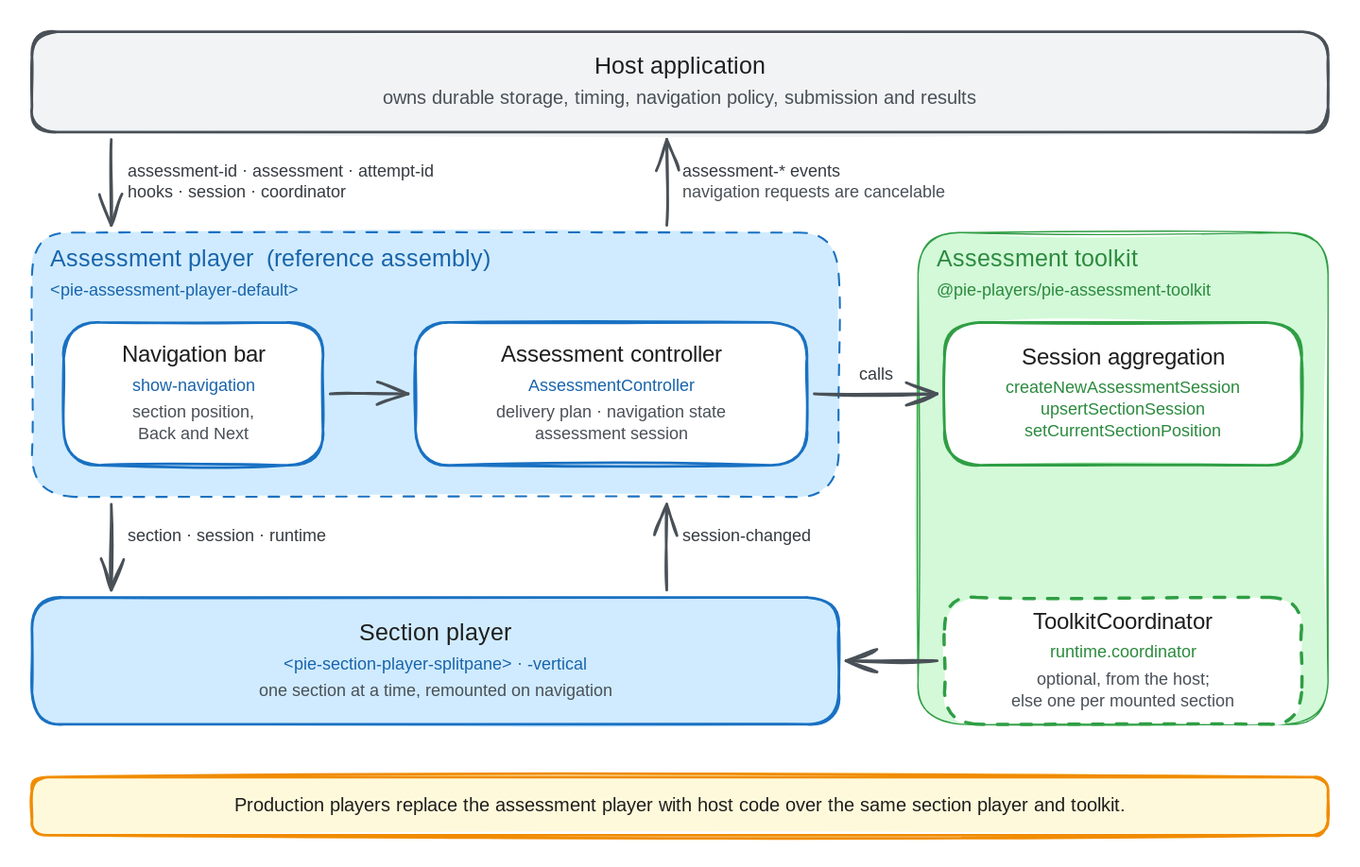
Above: packages/pie-website-app/static/images/diagrams/assessment-layers.excalidraw.svg in pie-framework/pie-website-ng (Excalidraw), before the change. Source tidied: one line per element, renumbered; positions are measured from the earlier drawing's top-left corner, leaving out a move shared by most shapes.
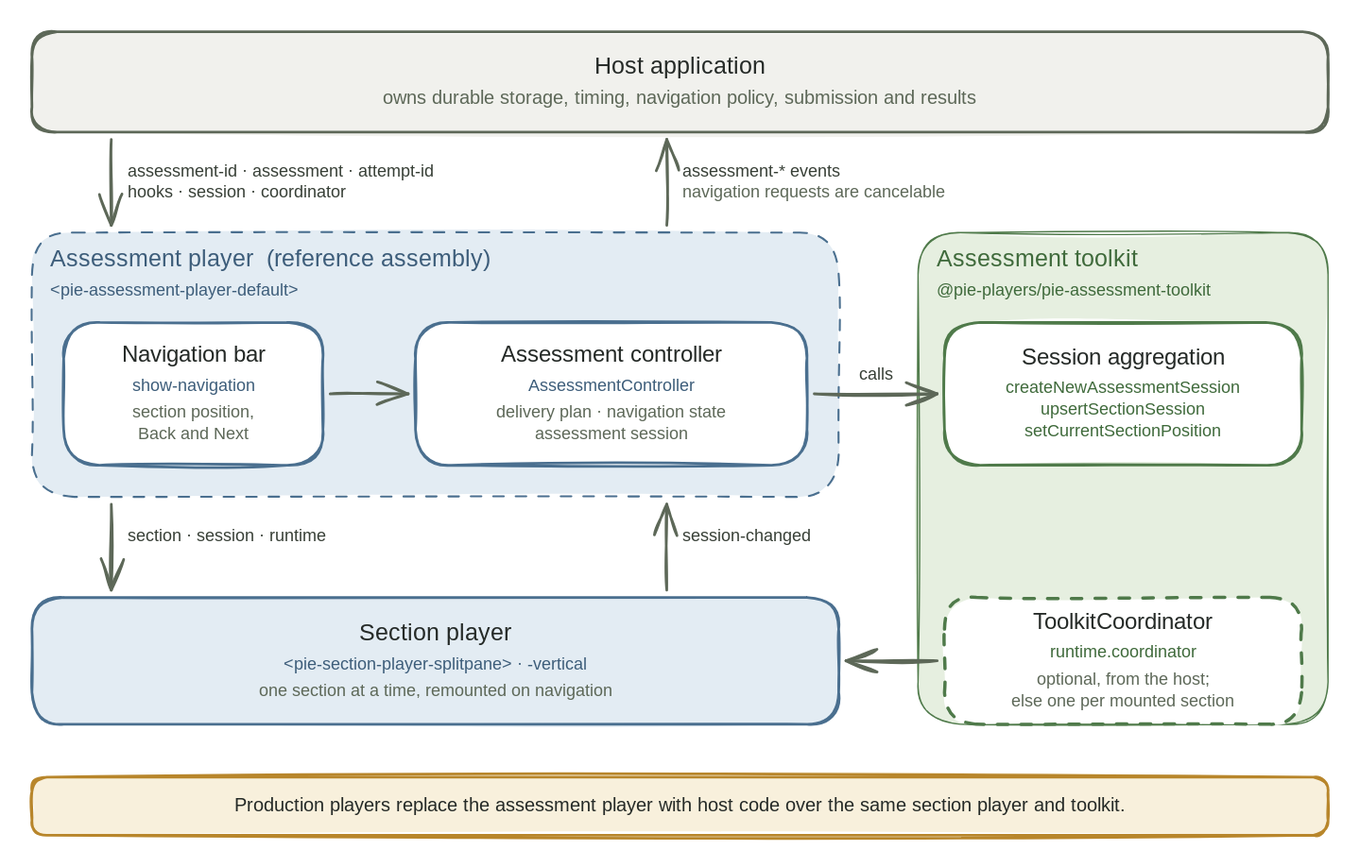
Later version of the same file.

What changed in the source:
```diff
@@ -1,44 +1,44 @@
-{"id": 0, "type": "rectangle", "strokeColor": "#1971c2", "backgroundColor": "#d0ebff", "fillStyle": "solid", "strokeWidth": 1, "strokeStyle": "dashed", "roughness": 1, "round": true, "x": 0, "y": 152, "width": 610, "height": 200}
+{"id": 0, "type": "rectangle", "strokeColor": "#4a6f8f", "backgroundColor": "#e3ecf3", "fillStyle": "solid", "strokeWidth": 1, "strokeStyle": "dashed", "roughness": 1, "round": true, "x": 0, "y": 152, "width": 610, "height": 200}
-{"id": 1, "type": "text", "text": "Assessment player  (reference assembly)", "strokeColor": "#1864ab", "strokeWidth": 2, "roughness": 1, "fontSize": 18, "fontFamily": 5, "x": 14, "y": 162, "width": 352, "height": 22}
+{"id": 1, "type": "text", "text": "Assessment player  (reference assembly)", "strokeColor": "#3d5d7a", "strokeWidth": 2, "roughness": 1, "fontSize": 18, "fontFamily": 5, "x": 14, "y": 162, "width": 352, "height": 22}
-{"id": 2, "type": "text", "text": "<pie-assessment-player-default>", "strokeColor": "#1864ab", "strokeWidth": 2, "roughness": 1, "fontSize": 13, "fontFamily": 8, "x": 14, "y": 188, "width": 222, "height": 16}
+{"id": 2, "type": "text", "text": "<pie-assessment-player-default>", "strokeColor": "#3d5d7a", "strokeWidth": 2, "roughness": 1, "fontSize": 13, "fontFamily": 8, "x": 14, "y": 188, "width": 222, "height": 16}
-{"id": 3, "type": "rectangle", "strokeColor": "#2f9e44", "backgroundColor": "#d3f9d8", "fillStyle": "solid", "strokeWidth": 1, "roughness": 1, "round": true, "x": 670, "y": 152, "width": 310, "height": 372}
+{"id": 3, "type": "rectangle", "strokeColor": "#4f7a4a", "backgroundColor": "#e6efe0", "fillStyle": "solid", "strokeWidth": 1, "roughness": 1, "round": true, "x": 670, "y": 152, "width": 310, "height": 372}
-{"id": 4, "type": "text", "text": "Assessment toolkit", "strokeColor": "#2b8a3e", "strokeWidth": 2, "roughness": 1, "fontSize": 18, "fontFamily": 5, "x": 684, "y": 162, "width": 169, "height": 22}
+{"id": 4, "type": "text", "text": "Assessment toolkit", "strokeColor": "#3f6a3b", "strokeWidth": 2, "roughness": 1, "fontSize": 18, "fontFamily": 5, "x": 684, "y": 162, "width": 169, "height": 22}
-{"id": 5, "type": "text", "text": "@pie-players/pie-assessment-toolkit", "strokeColor": "#2b8a3e", "strokeWidth": 2, "roughness": 1, "fontSize": 13, "fontFamily": 8, "x": 684, "y": 188, "width": 250, "height": 16}
+{"id": 5, "type": "text", "text": "@pie-players/pie-assessment-toolkit", "strokeColor": "#3f6a3b", "strokeWidth": 2, "roughness": 1, "fontSize": 13, "fontFamily": 8, "x": 684, "y": 188, "width": 250, "height": 16}
-{"id": 6, "type": "rectangle", "strokeColor": "#495057", "backgroundColor": "#f1f3f5", "fillStyle": "solid", "strokeWidth": 2, "roughness": 1, "round": true, "x": 0, "y": 0, "width": 980, "height": 76}
+{"id": 6, "type": "rectangle", "strokeColor": "#5d6858", "backgroundColor": "#f1f1ed", "fillStyle": "solid", "strokeWidth": 2, "roughness": 1, "round": true, "x": 0, "y": 0, "width": 980, "height": 76}
-{"id": 7, "type": "text", "text": "Host application", "strokeColor": "#1e1e1e", "strokeWidth": 2, "roughness": 1, "fontSize": 18, "fontFamily": 5, "textAlign": "center", "x": 420, "y": 16, "width": 140, "height": 22}
+{"id": 7, "type": "text", "text": "Host application", "strokeColor": "#252a27", "strokeWidth": 2, "roughness": 1, "fontSize": 18, "fontFamily": 5, "textAlign": "center", "x": 420, "y": 16, "width": 140, "height": 22}
-{"id": 8, "type": "text", "text": "owns durable storage, timing, navigation policy, submission and results", "strokeColor": "#495057", "strokeWidth": 2, "roughness": 1, "fontSize": 14, "fontFamily": 5, "textAlign": "center", "x": 253, "y": 42, "width": 475, "height": 18}
+{"id": 8, "type": "text", "text": "owns durable storage, timing, navigation policy, submission and results", "strokeColor": "#5d6858", "strokeWidth": 2, "roughness": 1, "fontSize": 14, "fontFamily": 5, "textAlign": "center", "x": 253, "y": 42, "width": 475, "height": 18}
-{"id": 9, "type": "rectangle", "strokeColor": "#1971c2", "backgroundColor": "#ffffff", "fillStyle": "solid", "strokeWidth": 2, "roughness": 1, "round": true, "x": 24, "y": 220, "width": 196, "height": 108}
+{"id": 9, "type": "rectangle", "strokeColor": "#4a6f8f", "backgroundColor": "#ffffff", "fillStyle": "solid", "strokeWidth": 2, "roughness": 1, "round": true, "x": 24, "y": 220, "width": 196, "height": 108}
-{"id": 10, "type": "text", "text": "Navigation bar", "strokeColor": "#1e1e1e", "strokeWidth": 2, "roughness": 1, "fontSize": 17, "fontFamily": 5, "textAlign": "center", "x": 63, "y": 235, "width": 118, "height": 21}
+{"id": 10, "type": "text", "text": "Navigation bar", "strokeColor": "#252a27", "strokeWidth": 2, "roughness": 1, "fontSize": 17, "fontFamily": 5, "textAlign": "center", "x": 63, "y": 235, "width": 118, "height": 21}
-{"id": 11, "type": "text", "text": "show-navigation", "strokeColor": "#1864ab", "strokeWidth": 2, "roughness": 1, "fontSize": 13, "fontFamily": 8, "textAlign": "center", "x": 68, "y": 260, "width": 107, "height": 16}
+{"id": 11, "type": "text", "text": "show-navigation", "strokeColor": "#3d5d7a", "strokeWidth": 2, "roughness": 1, "fontSize": 13, "fontFamily": 8, "textAlign": "center", "x": 68, "y": 260, "width": 107, "height": 16}
-{"id": 12, "type": "text", "text": "section position,\nBack and Next", "strokeColor": "#495057", "strokeWidth": 2, "roughness": 1, "fontSize": 13, "fontFamily": 5, "textAlign": "center", "x": 70, "y": 280, "width": 104, "height": 32}
+{"id": 12, "type": "text", "text": "section position,\nBack and Next", "strokeColor": "#5d6858", "strokeWidth": 2, "roughness": 1, "fontSize": 13, "fontFamily": 5, "textAlign": "center", "x": 70, "y": 280, "width": 104, "height": 32}
-{"id": 13, "type": "rectangle", "strokeColor": "#1971c2", "backgroundColor": "#ffffff", "fillStyle": "solid", "strokeWidth": 2, "roughness": 1, "round": true, "x": 290, "y": 220, "width": 296, "height": 108}
+{"id": 13, "type": "rectangle", "strokeColor": "#4a6f8f", "backgroundColor": "#ffffff", "fillStyle": "solid", "strokeWidth": 2, "roughness": 1, "round": true, "x": 290, "y": 220, "width": 296, "height": 108}
-{"id": 14, "type": "text", "text": "Assessment controller", "strokeColor": "#1e1e1e", "strokeWidth": 2, "roughness": 1, "fontSize": 17, "fontFamily": 5, "textAlign": "center", "x": 347, "y": 235, "width": 181, "height": 21}
+{"id": 14, "type": "text", "text": "Assessment controller", "strokeColor": "#252a27", "strokeWidth": 2, "roughness": 1, "fontSize": 17, "fontFamily": 5, "textAlign": "center", "x": 347, "y": 235, "width": 181, "height": 21}
-{"id": 15, "type": "text", "text": "AssessmentController", "strokeColor": "#1864ab", "strokeWidth": 2, "roughness": 1, "fontSize": 13, "fontFamily": 8, "textAlign": "center", "x": 367, "y": 260, "width": 143, "height": 16}
+{"id": 15, "type": "text", "text": "AssessmentController", "strokeColor": "#3d5d7a", "strokeWidth": 2, "roughness": 1, "fontSize": 13, "fontFamily": 8, "textAlign": "center", "x": 367, "y": 260, "width": 143, "height": 16}
-{"id": 16, "type": "text", "text": "delivery plan · navigation state\nassessment session", "strokeColor": "#495057", "strokeWidth": 2, "roughness": 1, "fontSize": 13, "fontFamily": 5, "textAlign": "center", "x": 341, "y": 280, "width": 195, "height": 32}
+{"id": 16, "type": "text", "text": "delivery plan · navigation state\nassessment session", "strokeColor": "#5d6858", "strokeWidth": 2, "roughness": 1, "fontSize": 13, "fontFamily": 5, "textAlign": "center", "x": 341, "y": 280, "width": 195, "height": 32}
-{"id": 17, "type": "rectangle", "strokeColor": "#1971c2", "backgroundColor": "#d0ebff", "fillStyle": "solid", "strokeWidth": 2, "roughness": 1, "round": true, "x": 0, "y": 428, "width": 610, "height": 96}
+{"id": 17, "type": "rectangle", "strokeColor": "#4a6f8f", "backgroundColor": "#e3ecf3", "fillStyle": "solid", "strokeWidth": 2, "roughness": 1, "round": true, "x": 0, "y": 428, "width": 610, "height": 96}
-{"id": 18, "type": "text", "text": "Section player", "strokeColor": "#1e1e1e", "strokeWidth": 2, "roughness": 1, "fontSize": 18, "fontFamily": 5, "textAlign": "center", "x": 244, "y": 444, "width": 122, "height": 22}
+{"id": 18, "type": "text", "text": "Section player", "strokeColor": "#252a27", "strokeWidth": 2, "roughness": 1, "fontSize": 18, "fontFamily": 5, "textAlign": "center", "x": 244, "y": 444, "width": 122, "height": 22}
-{"id": 19, "type": "text", "text": "<pie-section-player-splitpane> · -vertical", "strokeColor": "#1864ab", "strokeWidth": 2, "roughness": 1, "fontSize": 13, "fontFamily": 8, "textAlign": "center", "x": 157, "y": 471, "width": 296, "height": 16}
+{"id": 19, "type": "text", "text": "<pie-section-player-splitpane> · -vertical", "strokeColor": "#3d5d7a", "strokeWidth": 2, "roughness": 1, "fontSize": 13, "fontFamily": 8, "textAlign": "center", "x": 157, "y": 471, "width": 296, "height": 16}
-{"id": 20, "type": "text", "text": "one section at a time, remounted on navigation", "strokeColor": "#495057", "strokeWidth": 2, "roughness": 1, "fontSize": 13, "fontFamily": 5, "textAlign": "center", "x": 156, "y": 491, "width": 298, "height": 16}
+{"id": 20, "type": "text", "text": "one section at a time, remounted on navigation", "strokeColor": "#5d6858", "strokeWidth": 2, "roughness": 1, "fontSize": 13, "fontFamily": 5, "textAlign": "center", "x": 156, "y": 491, "width": 298, "height": 16}
-{"id": 21, "type": "rectangle", "strokeColor": "#2f9e44", "backgroundColor": "#ffffff", "fillStyle": "solid", "strokeWidth": 2, "roughness": 1, "round": true, "x": 690, "y": 220, "width": 270, "height": 108}
+{"id": 21, "type": "rectangle", "strokeColor": "#4f7a4a", "backgroundColor": "#ffffff", "fillStyle": "solid", "strokeWidth": 2, "roughness": 1, "round": true, "x": 690, "y": 220, "width": 270, "height": 108}
-{"id": 22, "type": "text", "text": "Session aggregation", "strokeColor": "#1e1e1e", "strokeWidth": 2, "roughness": 1, "fontSize": 17, "fontFamily": 5, "textAlign": "center", "x": 743, "y": 237, "width": 165, "height": 21}
+{"id": 22, "type": "text", "text": "Session aggregation", "strokeColor": "#252a27", "strokeWidth": 2, "roughness": 1, "fontSize": 17, "fontFamily": 5, "textAlign": "center", "x": 743, "y": 237, "width": 165, "height": 21}
-{"id": 23, "type": "text", "text": "createNewAssessmentSession\nupsertSectionSession\nsetCurrentSectionPosition", "strokeColor": "#2b8a3e", "strokeWidth": 2, "roughness": 1, "fontSize": 13, "fontFamily": 8, "textAlign": "center", "x": 732, "y": 262, "width": 186, "height": 49}
+{"id": 23, "type": "text", "text": "createNewAssessmentSession\nupsertSectionSession\nsetCurrentSectionPosition", "strokeColor": "#3f6a3b", "strokeWidth": 2, "roughness": 1, "fontSize": 13, "fontFamily": 8, "textAlign": "center", "x": 732, "y": 262, "width": 186, "height": 49}
-{"id": 24, "type": "rectangle", "strokeColor": "#2f9e44", "backgroundColor": "#ffffff", "fillStyle": "solid", "strokeWidth": 2, "strokeStyle": "dashed", "roughness": 1, "round": true, "x": 690, "y": 428, "width": 270, "height": 96}
+{"id": 24, "type": "rectangle", "strokeColor": "#4f7a4a", "backgroundColor": "#ffffff", "fillStyle": "solid", "strokeWidth": 2, "strokeStyle": "dashed", "roughness": 1, "round": true, "x": 690, "y": 428, "width": 270, "height": 96}
-{"id": 25, "type": "text", "text": "ToolkitCoordinator", "strokeColor": "#1e1e1e", "strokeWidth": 2, "roughness": 1, "fontSize": 17, "fontFamily": 5, "textAlign": "center", "x": 746, "y": 437, "width": 158, "height": 21}
+{"id": 25, "type": "text", "text": "ToolkitCoordinator", "strokeColor": "#252a27", "strokeWidth": 2, "roughness": 1, "fontSize": 17, "fontFamily": 5, "textAlign": "center", "x": 746, "y": 437, "width": 158, "height": 21}
-{"id": 26, "type": "text", "text": "runtime.coordinator", "strokeColor": "#2b8a3e", "strokeWidth": 2, "roughness": 1, "fontSize": 13, "fontFamily": 8, "textAlign": "center", "x": 757, "y": 462, "width": 136, "height": 16}
+{"id": 26, "type": "text", "text": "runtime.coordinator", "strokeColor": "#3f6a3b", "strokeWidth": 2, "roughness": 1, "fontSize": 13, "fontFamily": 8, "textAlign": "center", "x": 757, "y": 462, "width": 136, "height": 16}
-{"id": 27, "type": "text", "text": "optional, from the host;\nelse one per mounted section", "strokeColor": "#495057", "strokeWidth": 2, "roughness": 1, "fontSize": 13, "fontFamily": 5, "textAlign": "center", "x": 733, "y": 482, "width": 184, "height": 32}
+{"id": 27, "type": "text", "text": "optional, from the host;\nelse one per mounted section", "strokeColor": "#5d6858", "strokeWidth": 2, "roughness": 1, "fontSize": 13, "fontFamily": 5, "textAlign": "center", "x": 733, "y": 482, "width": 184, "height": 32}
-{"id": 28, "type": "rectangle", "strokeColor": "#f08c00", "backgroundColor": "#fff9db", "fillStyle": "solid", "strokeWidth": 2, "roughness": 1, "round": true, "x": 0, "y": 564, "width": 980, "height": 44}
+{"id": 28, "type": "rectangle", "strokeColor": "#b8862b", "backgroundColor": "#f8f0dc", "fillStyle": "solid", "strokeWidth": 2, "roughness": 1, "round": true, "x": 0, "y": 564, "width": 980, "height": 44}
-{"id": 29, "type": "text", "text": "Production players replace the assessment player with host code over the same section player and toolkit.", "strokeColor": "#1e1e1e", "strokeWidth": 2, "roughness": 1, "fontSize": 14, "fontFamily": 5, "textAlign": "center", "x": 124, "y": 577, "width": 731, "height": 18}
+{"id": 29, "type": "text", "text": "Production players replace the assessment player with host code over the same section player and toolkit.", "strokeColor": "#252a27", "strokeWidth": 2, "roughness": 1, "fontSize": 14, "fontFamily": 5, "textAlign": "center", "x": 124, "y": 577, "width": 731, "height": 18}
-{"id": 30, "type": "arrow", "strokeColor": "#495057", "strokeWidth": 2, "roughness": 1, "endArrowhead": "arrow", "from": 9, "to": 13, "x": 226, "y": 274, "width": 59, "height": 0, "points": [[0, 0], [59, 0]]}
+{"id": 30, "type": "arrow", "strokeColor": "#5d6858", "strokeWidth": 2, "roughness": 1, "endArrowhead": "arrow", "from": 9, "to": 13, "x": 226, "y": 274, "width": 59, "height": 0, "points": [[0, 0], [59, 0]]}
-{"id": 31, "type": "arrow", "strokeColor": "#495057", "strokeWidth": 2, "roughness": 1, "endArrowhead": "arrow", "from": 6, "to": 0, "x": 60, "y": 82, "width": 0, "height": 65, "points": [[0, 0], [0, 65]]}
+{"id": 31, "type": "arrow", "strokeColor": "#5d6858", "strokeWidth": 2, "roughness": 1, "endArrowhead": "arrow", "from": 6, "to": 0, "x": 60, "y": 82, "width": 0, "height": 65, "points": [[0, 0], [0, 65]]}
-{"id": 32, "type": "text", "text": "assessment-id · assessment · attempt-id", "strokeColor": "#343a40", "strokeWidth": 2, "roughness": 1, "fontSize": 13, "fontFamily": 8, "x": 72, "y": 98, "width": 271, "height": 16}
+{"id": 32, "type": "text", "text": "assessment-id · assessment · attempt-id", "strokeColor": "#373f36", "strokeWidth": 2, "roughness": 1, "fontSize": 13, "fontFamily": 8, "x": 72, "y": 98, "width": 271, "height": 16}
-{"id": 33, "type": "text", "text": "hooks · session · coordinator", "strokeColor": "#343a40", "strokeWidth": 2, "roughness": 1, "fontSize": 13, "fontFamily": 8, "x": 72, "y": 114, "width": 200, "height": 16}
+{"id": 33, "type": "text", "text": "hooks · session · coordinator", "strokeColor": "#373f36", "strokeWidth": 2, "roughness": 1, "fontSize": 13, "fontFamily": 8, "x": 72, "y": 114, "width": 200, "height": 16}
-{"id": 34, "type": "arrow", "strokeColor": "#495057", "strokeWidth": 2, "roughness": 1, "endArrowhead": "arrow", "from": 0, "to": 6, "x": 480, "y": 146, "width": 0, "height": 65, "points": [[0, 0], [0, -65]]}
+{"id": 34, "type": "arrow", "strokeColor": "#5d6858", "strokeWidth": 2, "roughness": 1, "endArrowhead": "arrow", "from": 0, "to": 6, "x": 480, "y": 146, "width": 0, "height": 65, "points": [[0, 0], [0, -65]]}
-{"id": 35, "type": "text", "text": "assessment-* events", "strokeColor": "#343a40", "strokeWidth": 2, "roughness": 1, "fontSize": 13, "fontFamily": 8, "x": 492, "y": 98, "width": 136, "height": 16}
+{"id": 35, "type": "text", "text": "assessment-* events", "strokeColor": "#373f36", "strokeWidth": 2, "roughness": 1, "fontSize": 13, "fontFamily": 8, "x": 492, "y": 98, "width": 136, "height": 16}
-{"id": 36, "type": "text", "text": "navigation requests are cancelable", "strokeColor": "#495057", "strokeWidth": 2, "roughness": 1, "fontSize": 13, "fontFamily": 5, "x": 492, "y": 114, "width": 216, "height": 16}
+{"id": 36, "type": "text", "text": "navigation requests are cancelable", "strokeColor": "#5d6858", "strokeWidth": 2, "roughness": 1, "fontSize": 13, "fontFamily": 5, "x": 492, "y": 114, "width": 216, "height": 16}
-{"id": 37, "type": "arrow", "strokeColor": "#495057", "strokeWidth": 2, "roughness": 1, "endArrowhead": "arrow", "from": 0, "to": 17, "x": 60, "y": 358, "width": 0, "height": 65, "points": [[0, 0], [0, 65]]}
+{"id": 37, "type": "arrow", "strokeColor": "#5d6858", "strokeWidth": 2, "roughness": 1, "endArrowhead": "arrow", "from": 0, "to": 17, "x": 60, "y": 358, "width": 0, "height": 65, "points": [[0, 0], [0, 65]]}
-{"id": 38, "type": "text", "text": "section · session · runtime", "strokeColor": "#343a40", "strokeWidth": 2, "roughness": 1, "fontSize": 13, "fontFamily": 8, "x": 72, "y": 374, "width": 185, "height": 16}
+{"id": 38, "type": "text", "text": "section · session · runtime", "strokeColor": "#373f36", "strokeWidth": 2, "roughness": 1, "fontSize": 13, "fontFamily": 8, "x": 72, "y": 374, "width": 185, "height": 16}
-{"id": 39, "type": "arrow", "strokeColor": "#495057", "strokeWidth": 2, "roughness": 1, "endArrowhead": "arrow", "from": 17, "to": 0, "x": 480, "y": 422, "width": 0, "height": 65, "points": [[0, 0], [0, -65]]}
+{"id": 39, "type": "arrow", "strokeColor": "#5d6858", "strokeWidth": 2, "roughness": 1, "endArrowhead": "arrow", "from": 17, "to": 0, "x": 480, "y": 422, "width": 0, "height": 65, "points": [[0, 0], [0, -65]]}
-{"id": 40, "type": "text", "text": "session-changed", "strokeColor": "#343a40", "strokeWidth": 2, "roughness": 1, "fontSize": 13, "fontFamily": 8, "x": 492, "y": 374, "width": 107, "height": 16}
+{"id": 40, "type": "text", "text": "session-changed", "strokeColor": "#373f36", "strokeWidth": 2, "roughness": 1, "fontSize": 13, "fontFamily": 8, "x": 492, "y": 374, "width": 107, "height": 16}
-{"id": 41, "type": "arrow", "strokeColor": "#495057", "strokeWidth": 2, "roughness": 1, "endArrowhead": "arrow", "from": 13, "to": 21, "x": 592, "y": 274, "width": 93, "height": 0, "points": [[0, 0], [93, 0]]}
+{"id": 41, "type": "arrow", "strokeColor": "#5d6858", "strokeWidth": 2, "roughness": 1, "endArrowhead": "arrow", "from": 13, "to": 21, "x": 592, "y": 274, "width": 93, "height": 0, "points": [[0, 0], [93, 0]]}
-{"id": 42, "type": "text", "text": "calls", "strokeColor": "#343a40", "strokeWidth": 2, "roughness": 1, "fontSize": 13, "fontFamily": 5, "textAlign": "center", "x": 625, "y": 252, "width": 27, "height": 16}
+{"id": 42, "type": "text", "text": "calls", "strokeColor": "#373f36", "strokeWidth": 2, "roughness": 1, "fontSize": 13, "fontFamily": 5, "textAlign": "center", "x": 625, "y": 252, "width": 27, "height": 16}
-{"id": 43, "type": "arrow", "strokeColor": "#495057", "strokeWidth": 2, "roughness": 1, "endArrowhead": "arrow", "from": 24, "to": 17, "x": 684, "y": 476, "width": 69, "height": 0, "points": [[0, 0], [-69, 0]]}
+{"id": 43, "type": "arrow", "strokeColor": "#5d6858", "strokeWidth": 2, "roughness": 1, "endArrowhead": "arrow", "from": 24, "to": 17, "x": 684, "y": 476, "width": 69, "height": 0, "points": [[0, 0], [-69, 0]]}
```
